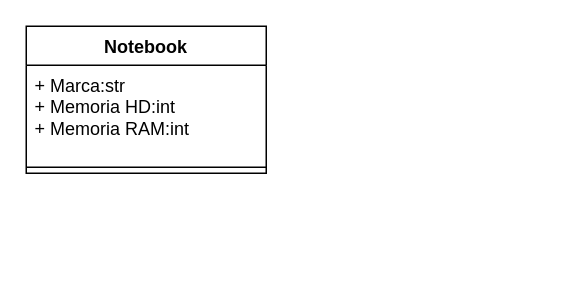
This is Diagrama sem nome.drawio from GersonEmanuel/Escola, a draw.io file, before an edit. Source tidied: cells renumbered, new cells numbered last; positions are measured from the earlier drawing's top-left corner, leaving out a move shared by most shapes. Both pictures are drawn from the tidied source at 150%, with x=0, y=0 at pixel (26, 26).
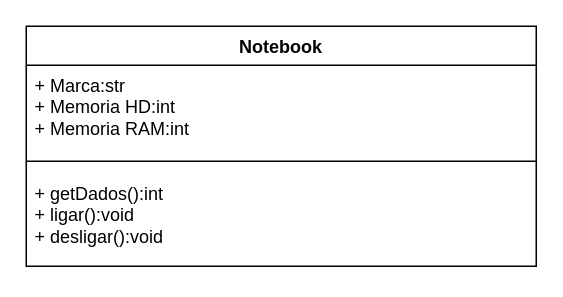
The same diagram, later.

What changed in the source:
```diff
@@
 <mxGraphModel>
   <root>
     <mxCell id="0" />
     <mxCell id="1" parent="0" />
     <mxCell id="2" value="Notebook" style="swimlane;fontStyle=1;align=center;verticalAlign=top;horizontal=1;startSize=26;whiteSpace=wrap;html=1;" parent="1" vertex="1">
-      <mxGeometry width="160" height="98" as="geometry" />
+      <mxGeometry width="340" height="160" as="geometry" />
     </mxCell>
-    <mxCell id="3" value="+ Marca:str&lt;div&gt;+ Memoria HD:int&lt;/div&gt;&lt;div&gt;+ Memoria RAM:int&lt;br&gt;&lt;div&gt;&lt;br&gt;&lt;/div&gt;&lt;/div&gt;" style="text;strokeColor=none;fillColor=none;align=left;verticalAlign=top;spacingLeft=4;spacingRight=4;overflow=hidden;whiteSpace=wrap;html=1;" parent="2" vertex="1">
-      <mxGeometry y="26" width="160" height="64" as="geometry" />
+    <mxCell id="3" value="+ Marca:str&lt;div&gt;+ Memoria HD:int&lt;/div&gt;&lt;div&gt;+ Memoria RAM:int&lt;/div&gt;&lt;div&gt;&lt;br&gt;&lt;/div&gt;&lt;div&gt;&lt;div&gt;&lt;br&gt;&lt;/div&gt;&lt;/div&gt;&lt;div&gt;&lt;div&gt;+ getDados():int&lt;/div&gt;&lt;div&gt;+ ligar():void&lt;/div&gt;&lt;div&gt;+ desligar():void&lt;/div&gt;&lt;/div&gt;&lt;div&gt;&lt;br&gt;&lt;/div&gt;&lt;div&gt;&lt;br&gt;&lt;/div&gt;&lt;div&gt;&lt;br&gt;&lt;/div&gt;&lt;div&gt;&lt;br&gt;&lt;/div&gt;" style="text;strokeColor=none;fillColor=none;align=left;verticalAlign=top;spacingLeft=4;spacingRight=4;overflow=hidden;whiteSpace=wrap;html=1;" parent="2" vertex="1">
+      <mxGeometry y="26" width="340" height="134" as="geometry" />
     </mxCell>
-    <mxCell id="4" style="line;strokeWidth=1;fillColor=none;align=left;verticalAlign=middle;spacingTop=-1;spacingLeft=3;spacingRight=3;labelPosition=right;strokeColor=inherit;" parent="2" vertex="1">
-      <mxGeometry y="90" width="160" height="8" as="geometry" />
+    <mxCell id="4" style="line;strokeWidth=1;fillColor=none;align=left;verticalAlign=middle;spacingTop=-1;spacingLeft=3;spacingRight=3;labelPosition=right;strokeColor=inherit;" parent="1" vertex="1">
+      <mxGeometry y="40" width="340" height="100" as="geometry" />
     </mxCell>
   </root>
 </mxGraphModel>
```
